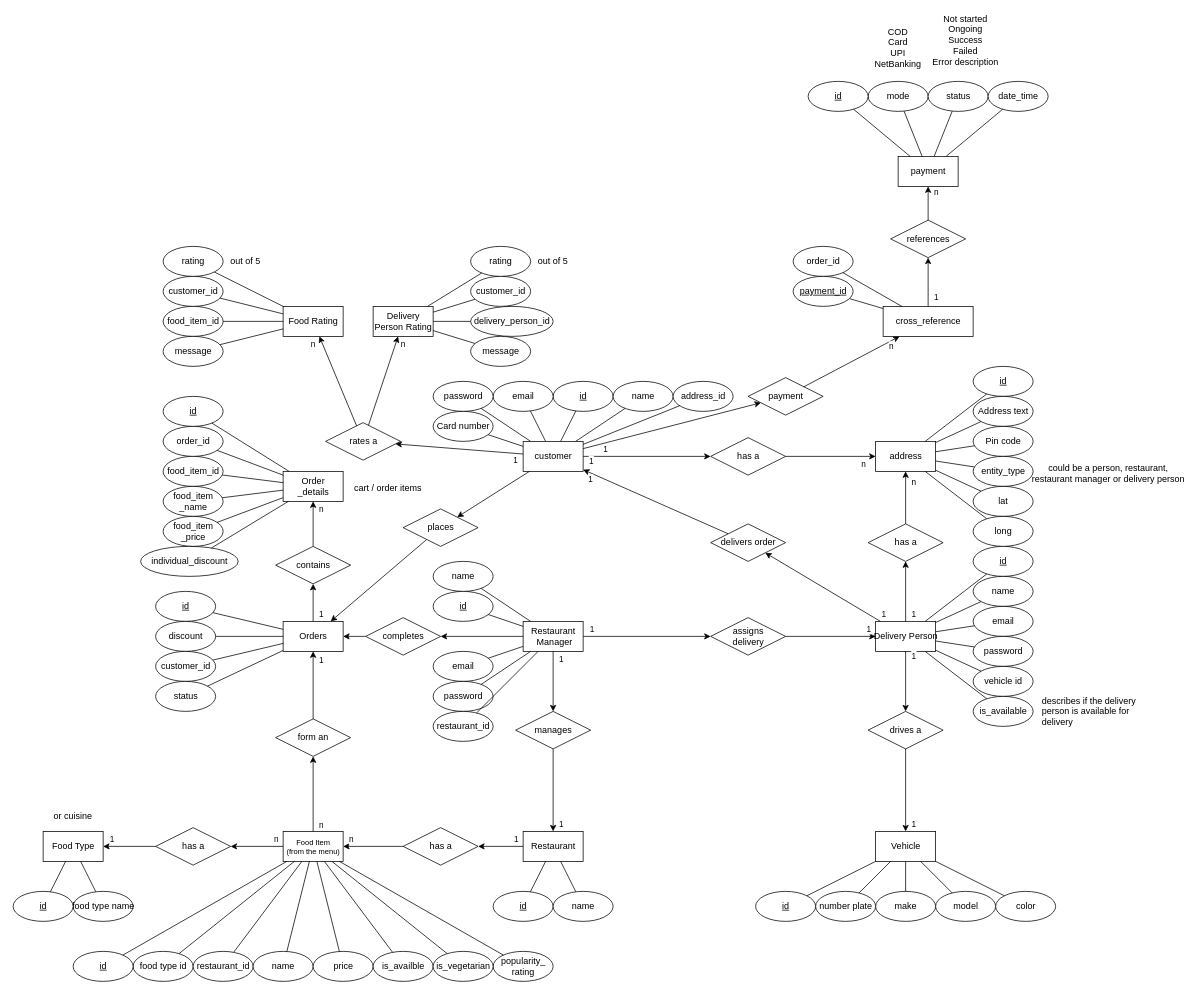
Earlier version of the draw.io diagram diagrams/ER/ER diagram.drawio (callofthewild/hunger-buzz). Source tidied: cells renumbered, new cells numbered last; positions are measured from the earlier drawing's top-left corner, leaving out a move shared by most shapes. Both pictures are drawn from the tidied source at 75%, with x=0, y=0 at pixel (13, 14).
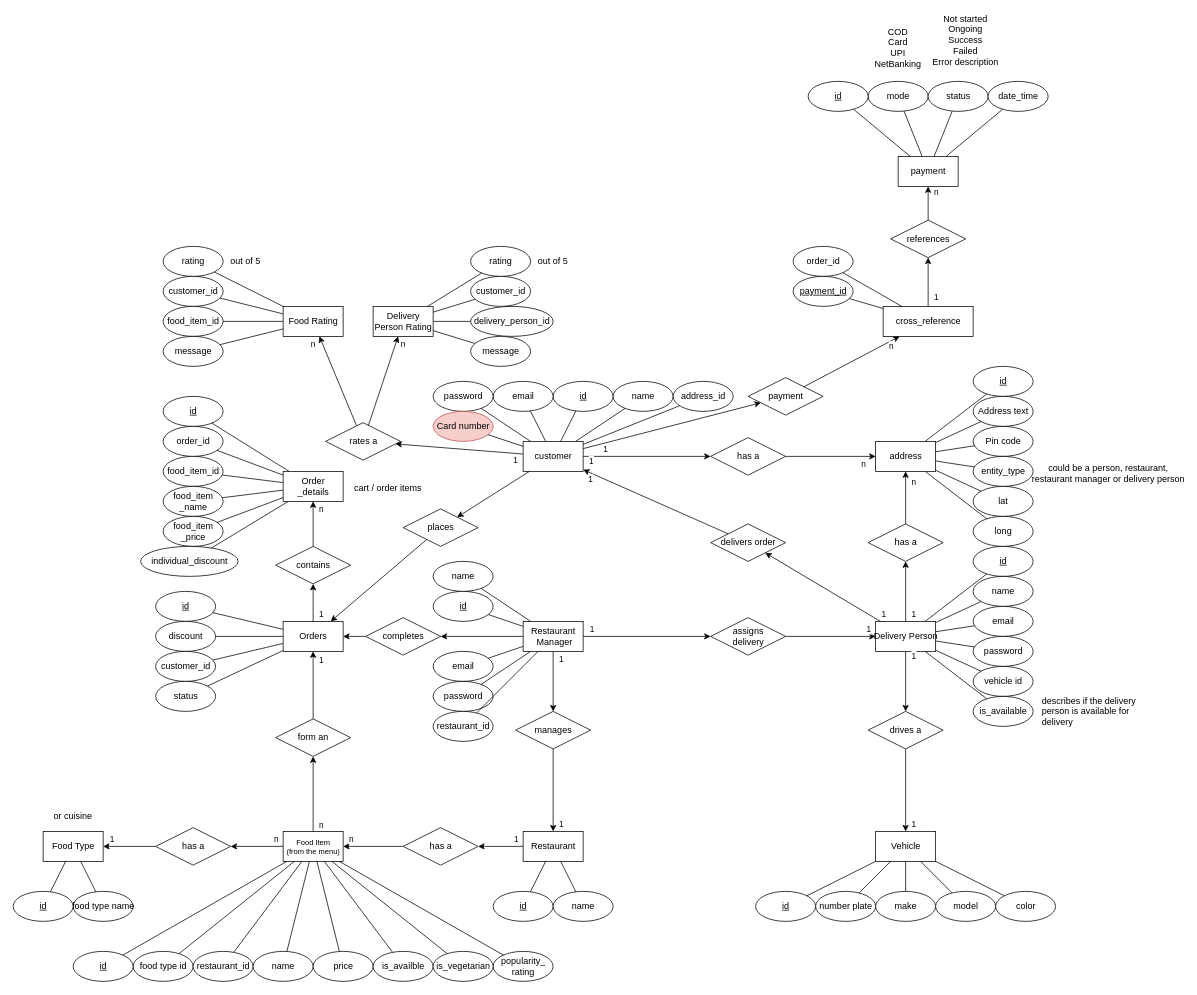
The same diagram, later.

Commit message:
ER : marked card as red because of security risk

What changed in the source:
```diff
@@
-    <mxCell id="20" value="Card number" style="ellipse;html=1;align=center;" parent="1" vertex="1">
+    <mxCell id="20" value="Card number" style="ellipse;html=1;align=center;fillColor=#f8cecc;strokeColor=#b85450;" parent="1" vertex="1">
       <mxGeometry x="560" y="530" width="80" height="40" as="geometry" />
     </mxCell>
```
